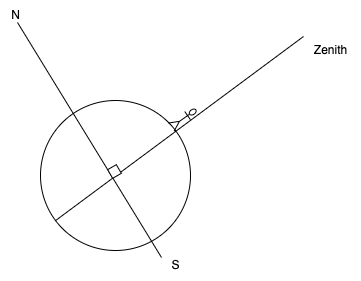
The draw.io diagram docs/astronomy/images/star-a-z.drawio.png in jbcodeforce/jbcodeforce.github.io, before a commit. Source tidied: cells renumbered, new cells last; positions are measured from the earlier drawing's top-left corner, leaving out a move shared by most shapes.
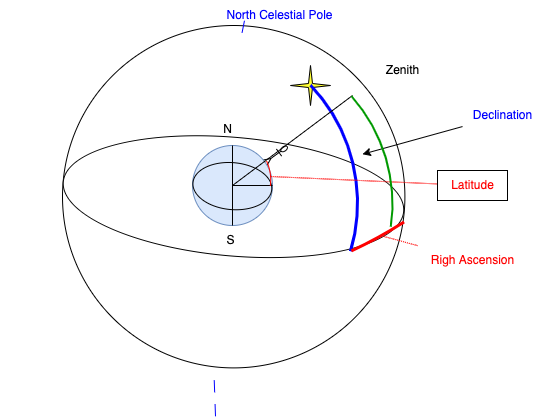
After the change.

Diff of the diagram source:
```diff
@@ -2,34 +2,89 @@
   <root>
     <mxCell id="0" />
     <mxCell id="1" parent="0" />
-    <mxCell id="2" style="ellipse;whiteSpace=wrap;html=1;" parent="1" vertex="1">
-      <mxGeometry x="40" y="100" width="150" height="150" as="geometry" />
-    </mxCell>
-    <mxCell id="3" style="endArrow=none;html=1;exitX=0.101;exitY=0.8;exitDx=0;exitDy=0;exitPerimeter=0;" parent="1" edge="1" source="2">
-      <mxGeometry relative="1" as="geometry">
-        <mxPoint x="303" y="36" as="targetPoint" />
-      </mxGeometry>
-    </mxCell>
-    <mxCell id="4" style="endArrow=none;html=1;" parent="1" edge="1">
-      <mxGeometry relative="1" as="geometry">
-        <mxPoint x="161" y="257" as="sourcePoint" />
-        <mxPoint x="17" y="22" as="targetPoint" />
-      </mxGeometry>
-    </mxCell>
-    <mxCell id="5" style="whiteSpace=wrap;html=1;rotation=60;" parent="1" vertex="1">
-      <mxGeometry x="109" y="166" width="10" height="10" as="geometry" />
-    </mxCell>
+    <mxCell id="10" style="ellipse;whiteSpace=wrap;html=1;" parent="1" vertex="1">
+      <mxGeometry x="-70" y="-10" width="342.4" height="342.4" as="geometry" />
+    </mxCell>
+    <mxCell id="11" style="ellipse;whiteSpace=wrap;html=1;rotation=5;" parent="1" vertex="1">
+      <mxGeometry x="-69.9" y="101.9" width="341.7" height="118.6" as="geometry" />
+    </mxCell>
     <mxCell id="6" value="N" style="text;html=1;align=center;verticalAlign=middle;strokeColor=none;fillColor=none;" parent="1" vertex="1">
-      <mxGeometry width="30" height="30" as="geometry" />
+      <mxGeometry x="80" y="79" width="30" height="30" as="geometry" />
     </mxCell>
     <mxCell id="7" value="S" style="text;html=1;align=center;verticalAlign=middle;strokeColor=none;fillColor=none;" parent="1" vertex="1">
-      <mxGeometry x="160" y="250" width="30" height="30" as="geometry" />
+      <mxGeometry x="83.2" y="190.5" width="30" height="30" as="geometry" />
     </mxCell>
     <mxCell id="8" value="Zenith" style="text;html=1;align=center;verticalAlign=middle;strokeColor=none;fillColor=none;" parent="1" vertex="1">
-      <mxGeometry x="300" y="35" width="60" height="30" as="geometry" />
+      <mxGeometry x="240" y="20" width="60" height="30" as="geometry" />
     </mxCell>
-    <mxCell id="9" style="shape=umlActor;verticalLabelPosition=bottom;verticalAlign=top;html=1;rotation=55;" parent="1" vertex="1">
-      <mxGeometry x="178" y="103" width="10" height="30" as="geometry" />
+    <mxCell id="9" style="shape=umlActor;verticalLabelPosition=bottom;verticalAlign=top;html=1;rotation=54;" parent="1" vertex="1">
+      <mxGeometry x="138" y="105" width="9" height="30" as="geometry" />
     </mxCell>
+    <mxCell id="12" style="verticalLabelPosition=bottom;verticalAlign=top;html=1;shape=mxgraph.basic.4_point_star_2;dx=0.9;fillColor=#FFFF33;" parent="1" vertex="1">
+      <mxGeometry x="158" y="30" width="40" height="40" as="geometry" />
+    </mxCell>
+    <mxCell id="13" style="verticalLabelPosition=bottom;verticalAlign=top;html=1;shape=mxgraph.basic.arc;startAngle=0.1152181850641049;endAngle=0.2817255174305536;rotation=5;strokeColor=#0000FF;strokeWidth=3;" parent="1" vertex="1">
+      <mxGeometry x="-117" y="-3.6" width="342" height="342" as="geometry" />
+    </mxCell>
+    <mxCell id="14" style="edgeStyle=none;html=1;" parent="1" edge="1" source="15" target="13">
+      <mxGeometry relative="1" as="geometry" />
+    </mxCell>
+    <mxCell id="15" value="Declination" style="text;html=1;align=center;verticalAlign=middle;points=[];strokeColor=none;fillColor=none;fontColor=#0000FF;" parent="1" vertex="1">
+      <mxGeometry x="330" y="65" width="80" height="30" as="geometry" />
+    </mxCell>
+    <mxCell id="16" style="verticalLabelPosition=bottom;verticalAlign=top;html=1;shape=mxgraph.basic.arc;startAngle=0.4813615644228974;endAngle=0.537695651069893;strokeColor=#FF0000;strokeWidth=3;fontColor=#FF0000;rotation=-30;" parent="1" vertex="1">
+      <mxGeometry x="53" y="83" width="342" height="122" as="geometry" />
+    </mxCell>
+    <mxCell id="17" style="ellipse;whiteSpace=wrap;html=1;strokeColor=#6c8ebf;strokeWidth=1;fillColor=#dae8fc;" parent="1" vertex="1">
+      <mxGeometry x="60" y="110" width="80" height="80" as="geometry" />
+    </mxCell>
+    <mxCell id="18" style="ellipse;whiteSpace=wrap;html=1;rotation=5;fillColor=none;" parent="1" vertex="1">
+      <mxGeometry x="60.3" y="127.2" width="79.1" height="47" as="geometry" />
+    </mxCell>
+    <mxCell id="19" style="endArrow=none;html=1;fontColor=#FF0000;entryX=0.5;entryY=0;entryDx=0;entryDy=0;exitX=0.5;exitY=1;exitDx=0;exitDy=0;" parent="1" edge="1" source="17" target="17">
+      <mxGeometry relative="1" as="geometry" />
+    </mxCell>
+    <mxCell id="20" style="endArrow=none;html=1;fontColor=#FF0000;exitX=1;exitY=0.5;exitDx=0;exitDy=0;" parent="1" edge="1" source="17">
+      <mxGeometry relative="1" as="geometry">
+        <mxPoint x="100" y="150" as="targetPoint" />
+      </mxGeometry>
+    </mxCell>
+    <mxCell id="21" style="endArrow=none;html=1;fontColor=#FF0000;" parent="1" edge="1">
+      <mxGeometry relative="1" as="geometry">
+        <mxPoint x="220" y="60" as="sourcePoint" />
+        <mxPoint x="100" y="150" as="targetPoint" />
+      </mxGeometry>
+    </mxCell>
+    <mxCell id="22" style="edgeStyle=none;html=1;entryX=0.968;entryY=0.225;entryDx=0;entryDy=0;entryPerimeter=0;fontColor=#FF0000;endArrow=none;endFill=0;strokeColor=#FF0000;dashed=1;dashPattern=1 1;" parent="1" edge="1" source="23" target="18">
+      <mxGeometry relative="1" as="geometry" />
+    </mxCell>
+    <mxCell id="23" value="Latitude" style="text;html=1;align=center;verticalAlign=middle;points=[];strokeColor=default;fillColor=none;fontColor=#FF0000;strokeWidth=1;" parent="1" vertex="1">
+      <mxGeometry x="305" y="135" width="70" height="30" as="geometry" />
+    </mxCell>
+    <mxCell id="24" style="verticalLabelPosition=bottom;verticalAlign=top;html=1;shape=mxgraph.basic.arc;startAngle=0.17620819117478337;endAngle=0.27360710799859356;strokeColor=#FF0000;strokeWidth=1;fontColor=#FF0000;fillColor=none;" parent="1" vertex="1">
+      <mxGeometry x="58.2" y="101.9" width="80" height="85" as="geometry" />
+    </mxCell>
+    <mxCell id="25" style="edgeStyle=none;html=1;dashed=1;dashPattern=1 1;strokeColor=#FF0000;fontColor=#FF0000;endArrow=none;endFill=0;" parent="1" edge="1" source="26" target="11">
+      <mxGeometry relative="1" as="geometry" />
+    </mxCell>
+    <mxCell id="26" value="Righ Ascension" style="text;html=1;align=center;verticalAlign=middle;points=[];strokeColor=none;fillColor=none;fontColor=#FF0000;strokeWidth=1;" parent="1" vertex="1">
+      <mxGeometry x="285" y="210" width="110" height="30" as="geometry" />
+    </mxCell>
+    <mxCell id="27" style="endArrow=none;html=1;dashed=1;dashPattern=12 12;strokeColor=#0000FF;fontColor=#FF0000;startArrow=none;" parent="1" edge="1" source="30">
+      <mxGeometry relative="1" as="geometry">
+        <mxPoint x="113" y="-20" as="targetPoint" />
+      </mxGeometry>
+    </mxCell>
+    <mxCell id="28" value="&lt;font color=&quot;#0000ff&quot;&gt;North Celestial Pole&lt;/font&gt;" style="text;html=1;align=center;verticalAlign=middle;strokeColor=none;fillColor=none;fontColor=#FF0000;" parent="1" vertex="1">
+      <mxGeometry x="82" y="-35" width="130" height="30" as="geometry" />
+    </mxCell>
+    <mxCell id="29" style="endArrow=none;html=1;dashed=1;dashPattern=12 12;strokeColor=#0000FF;fontColor=#FF0000;" parent="1" edge="1" target="30">
+      <mxGeometry relative="1" as="geometry">
+        <mxPoint x="83" y="380.8" as="sourcePoint" />
+      </mxGeometry>
+    </mxCell>
+    <mxCell id="30" style="verticalLabelPosition=bottom;verticalAlign=top;html=1;shape=mxgraph.basic.arc;startAngle=0.14186793446446583;endAngle=0.2714219233684969;strokeColor=#009900;strokeWidth=2;fontColor=#0000FF;fillColor=none;" parent="1" vertex="1">
+      <mxGeometry x="-109" y="-3" width="369" height="342.4" as="geometry" />
+    </mxCell>
   </root>
 </mxGraphModel>
```
